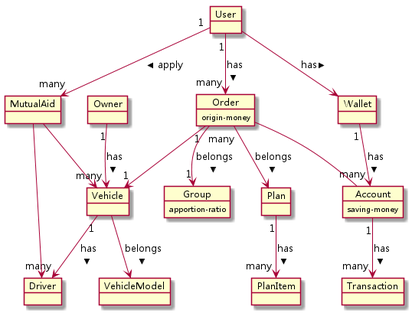
Before: img/models.png, a diagram exported from PlantUML (titan/hive-quotation-service).
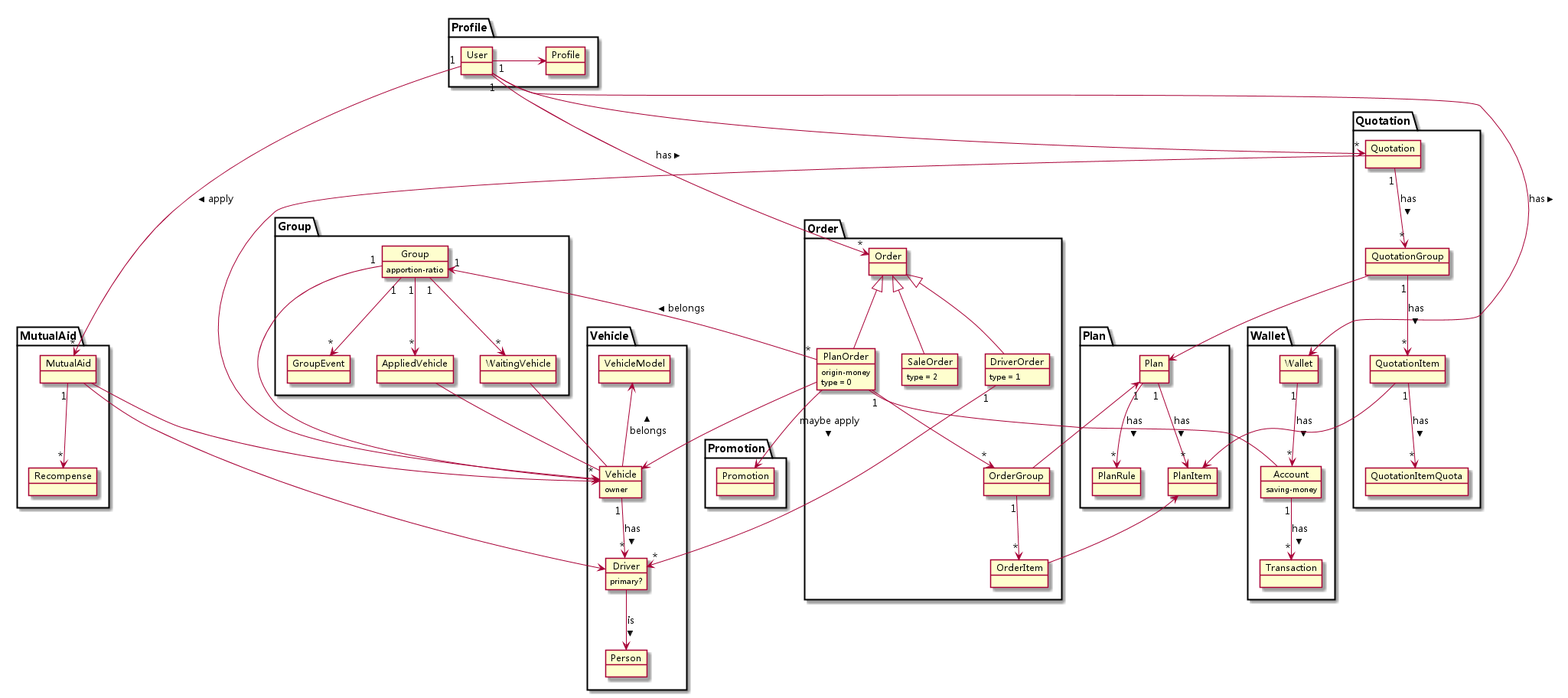
The same diagram one commit later.

Commit message:
Refine data model

Change to the diagram source:
```diff
@@ -1,46 +1,123 @@
 @startuml
-object User
-object Group {
-  apportion-ratio
+package Profile {
+  object User
+  object Profile
 }
-object Plan
-object PlanItem
-object Owner
-object Driver
-object Vehicle
-object VehicleModel
-object MutualAid
-object Wallet
-object Transaction
-object Order {
-  origin-money
+package Group {
+  object Group {
+    apportion-ratio
+  }
+  object GroupEvent
+  object AppliedVehicle
+  object WaitingVehicle
 }
-object Account {
-  saving-money
+package Plan {
+  object Plan
+  object PlanItem
+  object PlanRule
+}
+package Vehicle {
+  object Person
+  object Driver {
+    primary?
+  }
+  object Vehicle {
+    owner
+  }
+  object VehicleModel
+}
+package MutualAid {
+  object MutualAid
+  object Recompense
+}
+package Wallet {
+  object Wallet
+  object Transaction
+  object Account {
+    saving-money
+  }
+}
+package Order {
+  object Order
+  object PlanOrder {
+    origin-money
+    type = 0
+  }
+  object SaleOrder {
+    type = 2
+  }
+  object DriverOrder {
+    type = 1
+  }
+  object OrderGroup
+  object OrderItem
+}
+package Quotation {
+  object Quotation
+  object QuotationGroup
+  object QuotationItem
+  object QuotationItemQuota
+}
+package Promotion {
+  object Promotion
 }
 
-User "1" --> "many" Order : has >
+User -> Profile
+
+Order <|-- PlanOrder
+Order <|-- SaleOrder
+Order <|-- DriverOrder
+
+User "1" --> "*" Order : has >
+User "1" --> "*" Quotation
 
 User --> Wallet : has >
 
-Order --> Plan : belongs >
-Order "1" --> "1" Vehicle
-Order "many" --> "1" Group : belongs >
+PlanOrder -> Vehicle
+Group "1" <- "*" PlanOrder : belongs <
+Group "1" --> "*" Vehicle
+Group "1" --> "*" WaitingVehicle
+Group "1" --> "*" AppliedVehicle
+WaitingVehicle - Vehicle
+AppliedVehicle - Vehicle
 
-Owner "1" --> "many" Vehicle : has >
+PlanOrder "1" --> "*" OrderGroup
+OrderGroup "1" --> "*" OrderItem
 
-User "1" --> "many" MutualAid : apply >
+PlanOrder -> Promotion : maybe apply >
 
-Plan "1" --> "many" PlanItem : has >
+Plan <- OrderGroup
+PlanItem <- OrderItem
 
-Vehicle --> VehicleModel : belongs >
-Vehicle "1" --> "many" Driver : has >
+DriverOrder "1" -> "*" Driver
 
-Wallet "1" --> "many" Account : has >
-Account "1" --> "many" Transaction : has >
-Order -- Account
+User "1" --> "*" MutualAid : apply >
 
-MutualAid --> Driver
-MutualAid --> Vehicle
+Plan "1" --> "*" PlanItem : has >
+Plan "1" --> "*" PlanRule : has >
+
+VehicleModel <-- Vehicle : belongs <
+Vehicle "1" --> "*" Driver : has >
+
+Wallet "1" --> "*" Account : has >
+Account "1" --> "*" Transaction : has >
+PlanOrder - Account
+
+MutualAid -> Driver
+MutualAid -> Vehicle
+MutualAid "1" --> "*" Recompense
+
+Quotation "1" --> "*" QuotationGroup : has >
+QuotationGroup "1" --> "*" QuotationItem : has >
+QuotationItem "1" --> "*" QuotationItemQuota : has >
+
+QuotationGroup -> Plan
+QuotationItem -> PlanItem
+
+Quotation -> Vehicle
+
+Driver --> Person : is >
+
+Group "1" --> "*" GroupEvent
 
 @enduml
```
